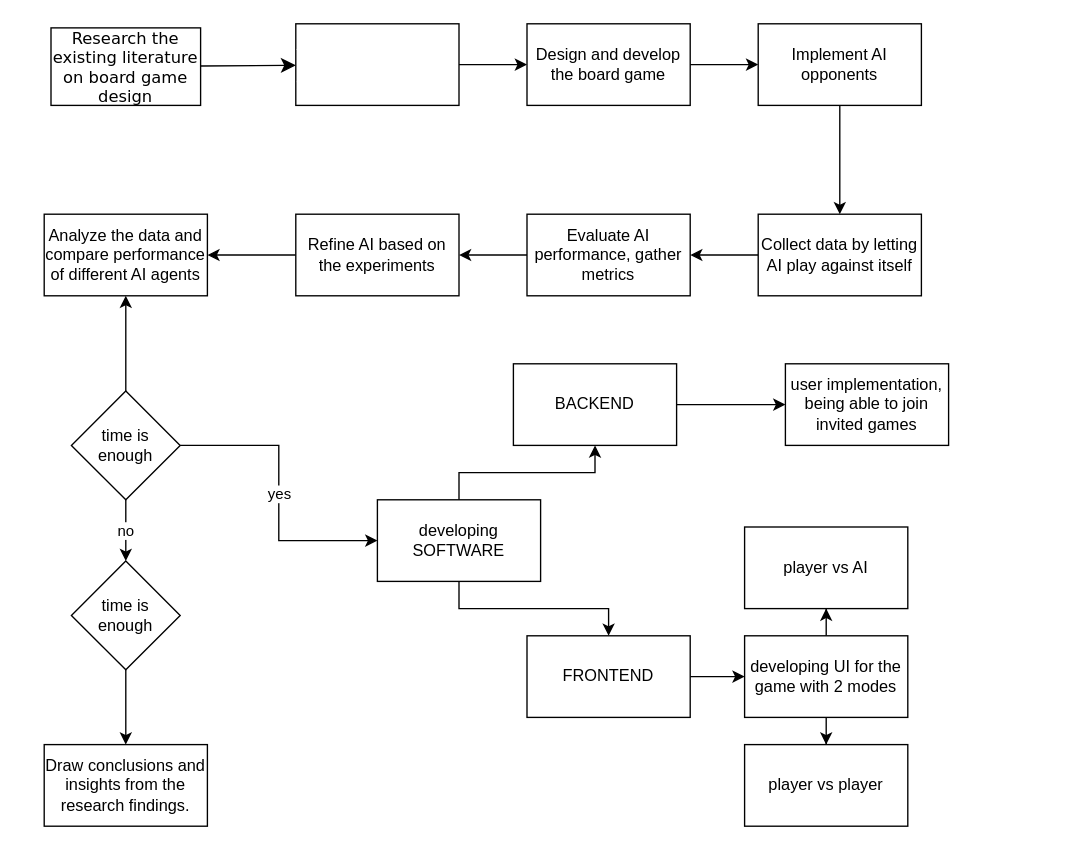
Earlier version of the draw.io diagram reports/flow.drawio (ADA-GWU/guidedresearchproject-anar-sixeliyev). Source tidied: cells renumbered, new cells numbered last; positions are measured from the earlier drawing's top-left corner, leaving out a move shared by most shapes. Both pictures are drawn from the tidied source at 136%, with x=0, y=0 at pixel (44, 23).
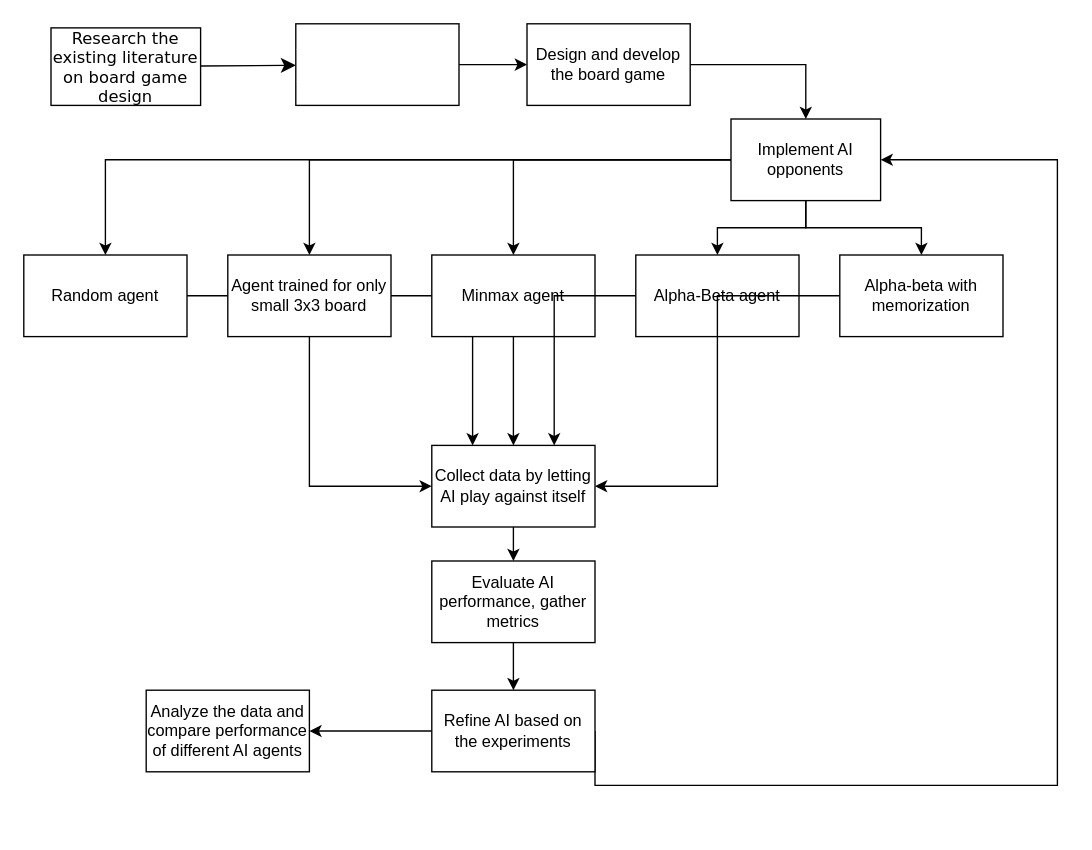
The same page after the edit.

Commit message (it also covers changes not shown here):
Added flows diagrams and more

Change to the diagram source:
```diff
@@
-    <mxCell id="8" style="edgeStyle=orthogonalEdgeStyle;rounded=0;jettySize=auto;html=1;" parent="1" edge="1" source="9" target="11">
-      <mxGeometry relative="1" as="geometry" />
-    </mxCell>
+    <mxCell id="37" style="edgeStyle=orthogonalEdgeStyle;rounded=0;jettySize=auto;html=1;entryX=0.5;entryY=0;entryDx=0;entryDy=0;" parent="1" edge="1" source="9" target="46">
+      <mxGeometry relative="1" as="geometry" />
+    </mxCell>
+    <mxCell id="38" style="edgeStyle=orthogonalEdgeStyle;rounded=0;jettySize=auto;html=1;entryX=0.5;entryY=0;entryDx=0;entryDy=0;" parent="1" edge="1" source="9" target="48">
+      <mxGeometry relative="1" as="geometry" />
+    </mxCell>
+    <mxCell id="39" style="edgeStyle=orthogonalEdgeStyle;rounded=0;jettySize=auto;html=1;entryX=0.5;entryY=0;entryDx=0;entryDy=0;" parent="1" edge="1" source="9" target="50">
+      <mxGeometry relative="1" as="geometry" />
+    </mxCell>
+    <mxCell id="40" style="edgeStyle=orthogonalEdgeStyle;rounded=0;jettySize=auto;html=1;entryX=0.5;entryY=0;entryDx=0;entryDy=0;" parent="1" edge="1" source="9" target="52">
+      <mxGeometry relative="1" as="geometry" />
+    </mxCell>
+    <mxCell id="41" style="edgeStyle=orthogonalEdgeStyle;rounded=0;jettySize=auto;html=1;entryX=0.5;entryY=0;entryDx=0;entryDy=0;" parent="1" edge="1" source="9" target="44">
+      <mxGeometry relative="1" as="geometry" />
+    </mxCell>
     <mxCell id="9" value="Implement AI opponents" style="whiteSpace=wrap;html=1;rounded=0;" parent="1" vertex="1">
-      <mxGeometry x="525" width="120" height="60" as="geometry" />
+      <mxGeometry x="505" y="70" width="110" height="60" as="geometry" />
     </mxCell>
@@
     <mxCell id="11" value="Collect data by letting AI play against itself" style="rounded=0;whiteSpace=wrap;html=1;" parent="1" vertex="1">
-      <mxGeometry x="525" y="140" width="120" height="60" as="geometry" />
+      <mxGeometry x="285" y="310" width="120" height="60" as="geometry" />
     </mxCell>
@@
     <mxCell id="13" value="Evaluate AI performance, gather metrics" style="whiteSpace=wrap;html=1;rounded=0;" parent="1" vertex="1">
-      <mxGeometry x="355" y="140" width="120" height="60" as="geometry" />
+      <mxGeometry x="285" y="395" width="120" height="60" as="geometry" />
     </mxCell>
@@
+    <mxCell id="42" style="edgeStyle=orthogonalEdgeStyle;rounded=0;jettySize=auto;html=1;entryX=1;entryY=0.5;entryDx=0;entryDy=0;exitX=1;exitY=0.5;exitDx=0;exitDy=0;" parent="1" edge="1" source="15" target="9">
+      <mxGeometry relative="1" as="geometry">
+        <Array as="points">
+          <mxPoint x="405" y="560" />
+          <mxPoint x="745" y="560" />
+          <mxPoint x="745" y="100" />
+        </Array>
+      </mxGeometry>
+    </mxCell>
     <mxCell id="15" value="Refine AI based on the experiments" style="whiteSpace=wrap;html=1;rounded=0;" parent="1" vertex="1">
-      <mxGeometry x="185" y="140" width="120" height="60" as="geometry" />
+      <mxGeometry x="285" y="490" width="120" height="60" as="geometry" />
     </mxCell>
     <mxCell id="16" value="Analyze the data and compare performance of different AI agents" style="whiteSpace=wrap;html=1;rounded=0;" parent="1" vertex="1">
-      <mxGeometry y="140" width="120" height="60" as="geometry" />
+      <mxGeometry x="75" y="490" width="120" height="60" as="geometry" />
     </mxCell>
-    <mxCell id="17" style="edgeStyle=orthogonalEdgeStyle;rounded=0;jettySize=auto;html=1;" parent="1" edge="1" source="20" target="16">
-      <mxGeometry relative="1" as="geometry" />
-    </mxCell>
-    <mxCell id="18" value="yes" style="edgeStyle=orthogonalEdgeStyle;rounded=0;jettySize=auto;html=1;" parent="1" edge="1" source="20" target="23">
-      <mxGeometry relative="1" as="geometry" />
-    </mxCell>
-    <mxCell id="19" value="no" style="edgeStyle=orthogonalEdgeStyle;rounded=0;jettySize=auto;html=1;" parent="1" edge="1" source="20" target="25">
-      <mxGeometry relative="1" as="geometry" />
-    </mxCell>
-    <mxCell id="20" value="time is enough" style="rhombus;whiteSpace=wrap;html=1;" parent="1" vertex="1">
-      <mxGeometry x="20" y="270" width="80" height="80" as="geometry" />
-    </mxCell>
-    <mxCell id="21" style="edgeStyle=orthogonalEdgeStyle;rounded=0;jettySize=auto;html=1;" parent="1" edge="1" source="23" target="27">
-      <mxGeometry relative="1" as="geometry" />
-    </mxCell>
-    <mxCell id="22" style="edgeStyle=orthogonalEdgeStyle;rounded=0;jettySize=auto;html=1;" parent="1" edge="1" source="23" target="29">
-      <mxGeometry relative="1" as="geometry" />
-    </mxCell>
-    <mxCell id="23" value="developing SOFTWARE" style="whiteSpace=wrap;html=1;" parent="1" vertex="1">
-      <mxGeometry x="245" y="350" width="120" height="60" as="geometry" />
-    </mxCell>
-    <mxCell id="24" style="edgeStyle=orthogonalEdgeStyle;rounded=0;jettySize=auto;html=1;" parent="1" edge="1" source="25" target="36">
-      <mxGeometry relative="1" as="geometry" />
-    </mxCell>
-    <mxCell id="25" value="time is enough" style="rhombus;whiteSpace=wrap;html=1;" parent="1" vertex="1">
-      <mxGeometry x="20" y="395" width="80" height="80" as="geometry" />
-    </mxCell>
-    <mxCell id="26" style="edgeStyle=orthogonalEdgeStyle;rounded=0;jettySize=auto;html=1;" parent="1" edge="1" source="27" target="32">
-      <mxGeometry relative="1" as="geometry" />
-    </mxCell>
-    <mxCell id="27" value="FRONTEND" style="whiteSpace=wrap;html=1;" parent="1" vertex="1">
-      <mxGeometry x="355" y="450" width="120" height="60" as="geometry" />
-    </mxCell>
-    <mxCell id="28" style="edgeStyle=orthogonalEdgeStyle;rounded=0;jettySize=auto;html=1;" parent="1" edge="1" source="29" target="35">
-      <mxGeometry relative="1" as="geometry" />
-    </mxCell>
-    <mxCell id="29" value="BACKEND" style="whiteSpace=wrap;html=1;" parent="1" vertex="1">
-      <mxGeometry x="345" y="250" width="120" height="60" as="geometry" />
-    </mxCell>
-    <mxCell id="30" style="edgeStyle=orthogonalEdgeStyle;rounded=0;jettySize=auto;html=1;" parent="1" edge="1" source="32" target="33">
-      <mxGeometry relative="1" as="geometry" />
-    </mxCell>
-    <mxCell id="31" style="edgeStyle=orthogonalEdgeStyle;rounded=0;jettySize=auto;html=1;" parent="1" edge="1" source="32" target="34">
-      <mxGeometry relative="1" as="geometry" />
-    </mxCell>
-    <mxCell id="32" value="developing UI for the game with 2 modes" style="whiteSpace=wrap;html=1;" parent="1" vertex="1">
-      <mxGeometry x="515" y="450" width="120" height="60" as="geometry" />
-    </mxCell>
-    <mxCell id="33" value="player vs AI" style="whiteSpace=wrap;html=1;" parent="1" vertex="1">
-      <mxGeometry x="515" y="370" width="120" height="60" as="geometry" />
-    </mxCell>
-    <mxCell id="34" value="player vs player" style="whiteSpace=wrap;html=1;" parent="1" vertex="1">
-      <mxGeometry x="515" y="530" width="120" height="60" as="geometry" />
-    </mxCell>
-    <mxCell id="35" value="user implementation, being able to join invited games" style="whiteSpace=wrap;html=1;" parent="1" vertex="1">
-      <mxGeometry x="545" y="250" width="120" height="60" as="geometry" />
-    </mxCell>
-    <mxCell id="36" value="Draw conclusions and insights from the research findings." style="whiteSpace=wrap;html=1;" parent="1" vertex="1">
-      <mxGeometry y="530" width="120" height="60" as="geometry" />
-    </mxCell>
+    <mxCell id="43" style="edgeStyle=orthogonalEdgeStyle;rounded=0;jettySize=auto;html=1;entryX=0;entryY=0.5;entryDx=0;entryDy=0;" parent="1" edge="1" source="44" target="11">
+      <mxGeometry relative="1" as="geometry" />
+    </mxCell>
+    <mxCell id="44" value="Random agent" style="rounded=0;whiteSpace=wrap;html=1;" parent="1" vertex="1">
+      <mxGeometry x="-15" y="170" width="120" height="60" as="geometry" />
+    </mxCell>
+    <mxCell id="45" style="edgeStyle=orthogonalEdgeStyle;rounded=0;jettySize=auto;html=1;entryX=0.25;entryY=0;entryDx=0;entryDy=0;" parent="1" edge="1" source="46" target="11">
+      <mxGeometry relative="1" as="geometry" />
+    </mxCell>
+    <mxCell id="46" value="Agent trained for only small 3x3 board" style="rounded=0;whiteSpace=wrap;html=1;" parent="1" vertex="1">
+      <mxGeometry x="135" y="170" width="120" height="60" as="geometry" />
+    </mxCell>
+    <mxCell id="47" style="edgeStyle=orthogonalEdgeStyle;rounded=0;jettySize=auto;html=1;entryX=0.5;entryY=0;entryDx=0;entryDy=0;" parent="1" edge="1" source="48" target="11">
+      <mxGeometry relative="1" as="geometry" />
+    </mxCell>
+    <mxCell id="48" value="Minmax agent" style="rounded=0;whiteSpace=wrap;html=1;" parent="1" vertex="1">
+      <mxGeometry x="285" y="170" width="120" height="60" as="geometry" />
+    </mxCell>
+    <mxCell id="49" style="edgeStyle=orthogonalEdgeStyle;rounded=0;jettySize=auto;html=1;entryX=0.75;entryY=0;entryDx=0;entryDy=0;" parent="1" edge="1" source="50" target="11">
+      <mxGeometry relative="1" as="geometry" />
+    </mxCell>
+    <mxCell id="50" value="Alpha-Beta agent" style="rounded=0;whiteSpace=wrap;html=1;" parent="1" vertex="1">
+      <mxGeometry x="435" y="170" width="120" height="60" as="geometry" />
+    </mxCell>
+    <mxCell id="51" style="edgeStyle=orthogonalEdgeStyle;rounded=0;jettySize=auto;html=1;entryX=1;entryY=0.5;entryDx=0;entryDy=0;" parent="1" edge="1" source="52" target="11">
+      <mxGeometry relative="1" as="geometry" />
+    </mxCell>
+    <mxCell id="52" value="Alpha-beta with memorization" style="rounded=0;whiteSpace=wrap;html=1;" parent="1" vertex="1">
+      <mxGeometry x="585" y="170" width="120" height="60" as="geometry" />
+    </mxCell>
```
